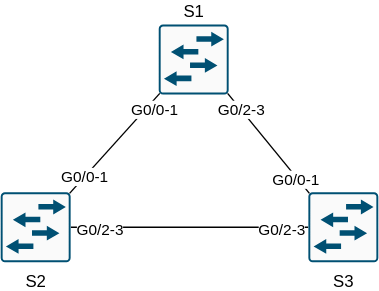
Before: modules/layer-2/etherchannel/lacp/topology/diagram.svg, a diagram exported from draw.io (ackindelt-cyber/ackindelt-networking-cml). Source tidied: cells renumbered, new cells last; positions are measured from the earlier drawing's top-left corner, leaving out a move shared by most shapes. Source of this version:
```xml
<mxGraphModel background="#ffffff">
  <root>
    <mxCell id="0" />
    <mxCell id="1" parent="0" />
    <mxCell id="2" value="S1" style="sketch=0;points=[[0.015,0.015,0],[0.985,0.015,0],[0.985,0.985,0],[0.015,0.985,0],[0.25,0,0],[0.5,0,0],[0.75,0,0],[1,0.25,0],[1,0.5,0],[1,0.75,0],[0.75,1,0],[0.5,1,0],[0.25,1,0],[0,0.75,0],[0,0.5,0],[0,0.25,0]];verticalLabelPosition=top;html=1;verticalAlign=bottom;align=center;shape=mxgraph.cisco19.rect;prIcon=l2_switch;fillColor=#FAFAFA;strokeColor=#005073;labelPosition=center;" parent="1" vertex="1">
      <mxGeometry x="113" width="50" height="50" as="geometry" />
    </mxCell>
    <mxCell id="3" style="rounded=0;jettySize=auto;html=1;exitX=1;exitY=0.5;exitDx=0;exitDy=0;exitPerimeter=0;endArrow=none;endFill=0;" parent="1" edge="1" source="4" target="5">
      <mxGeometry relative="1" as="geometry" />
    </mxCell>
    <mxCell id="4" value="S2" style="sketch=0;points=[[0.015,0.015,0],[0.985,0.015,0],[0.985,0.985,0],[0.015,0.985,0],[0.25,0,0],[0.5,0,0],[0.75,0,0],[1,0.25,0],[1,0.5,0],[1,0.75,0],[0.75,1,0],[0.5,1,0],[0.25,1,0],[0,0.75,0],[0,0.5,0],[0,0.25,0]];verticalLabelPosition=bottom;html=1;verticalAlign=top;align=center;shape=mxgraph.cisco19.rect;prIcon=l2_switch;fillColor=#FAFAFA;strokeColor=#005073;labelPosition=center;" parent="1" vertex="1">
      <mxGeometry y="120" width="50" height="50" as="geometry" />
    </mxCell>
    <mxCell id="5" value="S3" style="sketch=0;points=[[0.015,0.015,0],[0.985,0.015,0],[0.985,0.985,0],[0.015,0.985,0],[0.25,0,0],[0.5,0,0],[0.75,0,0],[1,0.25,0],[1,0.5,0],[1,0.75,0],[0.75,1,0],[0.5,1,0],[0.25,1,0],[0,0.75,0],[0,0.5,0],[0,0.25,0]];verticalLabelPosition=bottom;html=1;verticalAlign=top;align=center;shape=mxgraph.cisco19.rect;prIcon=l2_switch;fillColor=#FAFAFA;strokeColor=#005073;labelPosition=center;" parent="1" vertex="1">
      <mxGeometry x="220" y="120" width="50" height="50" as="geometry" />
    </mxCell>
    <mxCell id="6" style="rounded=0;jettySize=auto;html=1;exitX=0.985;exitY=0.015;exitDx=0;exitDy=0;exitPerimeter=0;entryX=0.015;entryY=0.985;entryDx=0;entryDy=0;entryPerimeter=0;endArrow=none;endFill=0;" parent="1" edge="1" source="4" target="2">
      <mxGeometry relative="1" as="geometry" />
    </mxCell>
    <mxCell id="7" value="G0/0-1" style="edgeLabel;html=1;align=center;verticalAlign=middle;" parent="6" vertex="1">
      <mxGeometry x="-0.6" relative="1" as="geometry">
        <mxPoint x="-2" y="2" as="offset" />
      </mxGeometry>
    </mxCell>
    <mxCell id="8" style="rounded=0;jettySize=auto;html=1;exitX=0.015;exitY=0.015;exitDx=0;exitDy=0;exitPerimeter=0;entryX=0.985;entryY=0.985;entryDx=0;entryDy=0;entryPerimeter=0;endArrow=none;endFill=0;" parent="1" edge="1" source="5" target="2">
      <mxGeometry relative="1" as="geometry" />
    </mxCell>
    <mxCell id="9" value="G0/0-1" style="edgeLabel;html=1;align=center;verticalAlign=middle;" parent="1" vertex="1">
      <mxGeometry x="109" y="60" as="geometry" />
    </mxCell>
    <mxCell id="10" value="G0/2-3" style="edgeLabel;html=1;align=center;verticalAlign=middle;" parent="1" vertex="1">
      <mxGeometry x="171" y="60" as="geometry" />
    </mxCell>
    <mxCell id="11" value="G0/0-1" style="edgeLabel;html=1;align=center;verticalAlign=middle;" parent="1" vertex="1">
      <mxGeometry x="210" y="110" as="geometry" />
    </mxCell>
    <mxCell id="12" value="G0/2-3" style="edgeLabel;html=1;align=center;verticalAlign=middle;" parent="1" vertex="1">
      <mxGeometry x="70" y="146" as="geometry" />
    </mxCell>
    <mxCell id="13" value="G0/2-3" style="edgeLabel;html=1;align=center;verticalAlign=middle;" parent="1" vertex="1">
      <mxGeometry x="200" y="146" as="geometry" />
    </mxCell>
  </root>
</mxGraphModel>
```
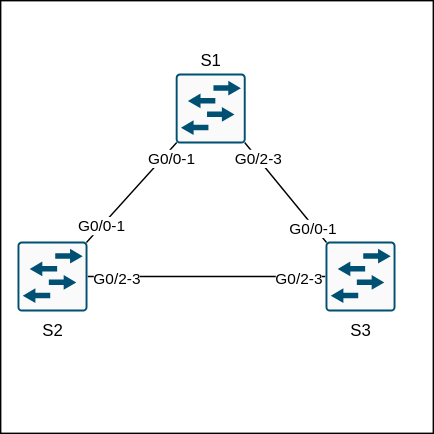
After the change.

Commit message:
Update LACP topology svg background

Diff of the diagram source:
```diff
@@ -1,7 +1,10 @@
-<mxGraphModel background="#ffffff">
+<mxGraphModel background="light-dark(#000000,#FFFFFF)">
   <root>
     <mxCell id="0" />
     <mxCell id="1" parent="0" />
+    <mxCell id="14" style="whiteSpace=wrap;html=1;" parent="1" vertex="1">
+      <mxGeometry x="-12" y="-52" width="309" height="309" as="geometry" />
+    </mxCell>
     <mxCell id="2" value="S1" style="sketch=0;points=[[0.015,0.015,0],[0.985,0.015,0],[0.985,0.985,0],[0.015,0.985,0],[0.25,0,0],[0.5,0,0],[0.75,0,0],[1,0.25,0],[1,0.5,0],[1,0.75,0],[0.75,1,0],[0.5,1,0],[0.25,1,0],[0,0.75,0],[0,0.5,0],[0,0.25,0]];verticalLabelPosition=top;html=1;verticalAlign=bottom;align=center;shape=mxgraph.cisco19.rect;prIcon=l2_switch;fillColor=#FAFAFA;strokeColor=#005073;labelPosition=center;" parent="1" vertex="1">
       <mxGeometry x="113" width="50" height="50" as="geometry" />
     </mxCell>
```
